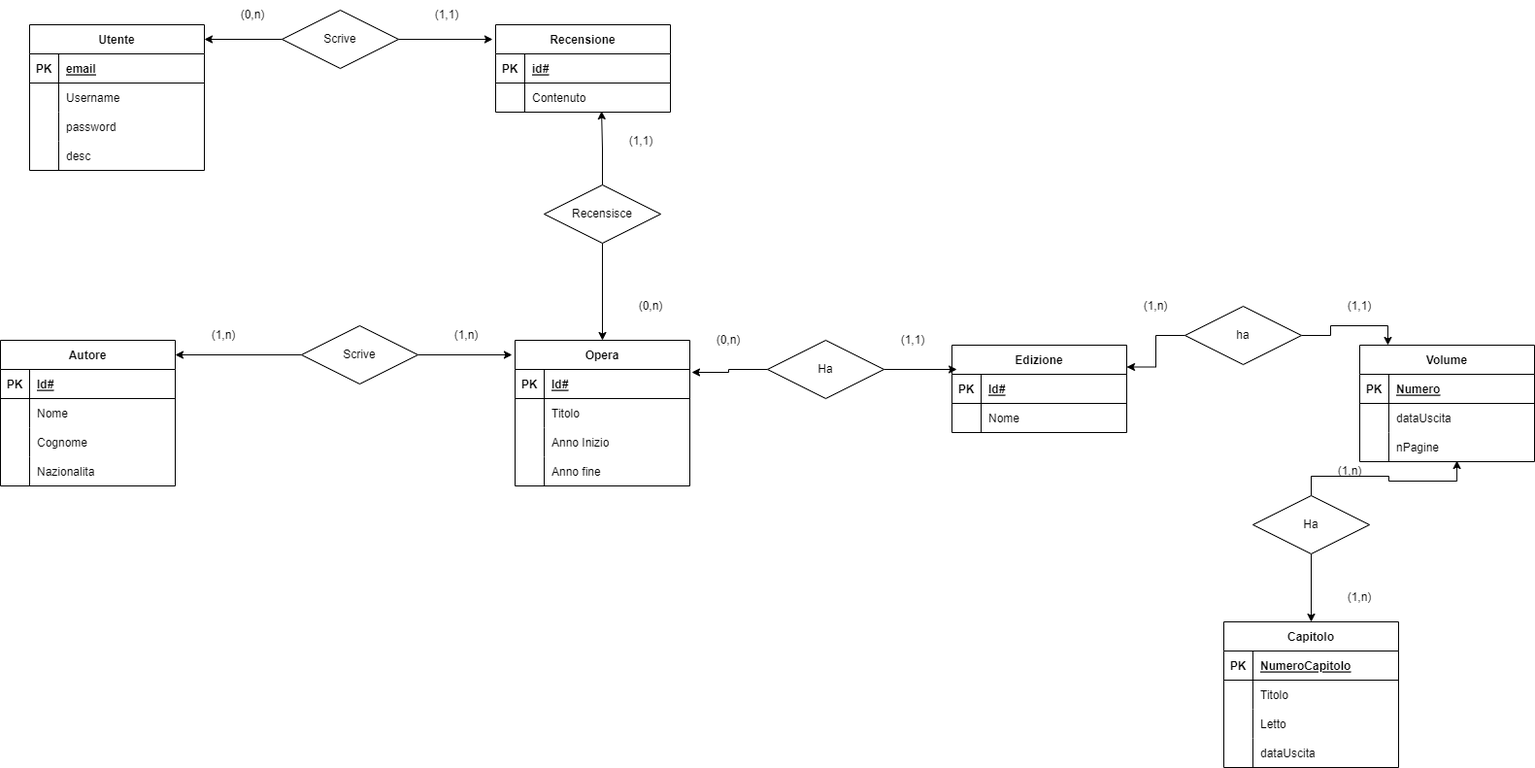
Before: Progetto Blog.drawio.png, a diagram exported from draw.io (Cavosky/blog). Source tidied: cells renumbered, new cells last; positions are measured from the earlier drawing's top-left corner, leaving out a move shared by most shapes.
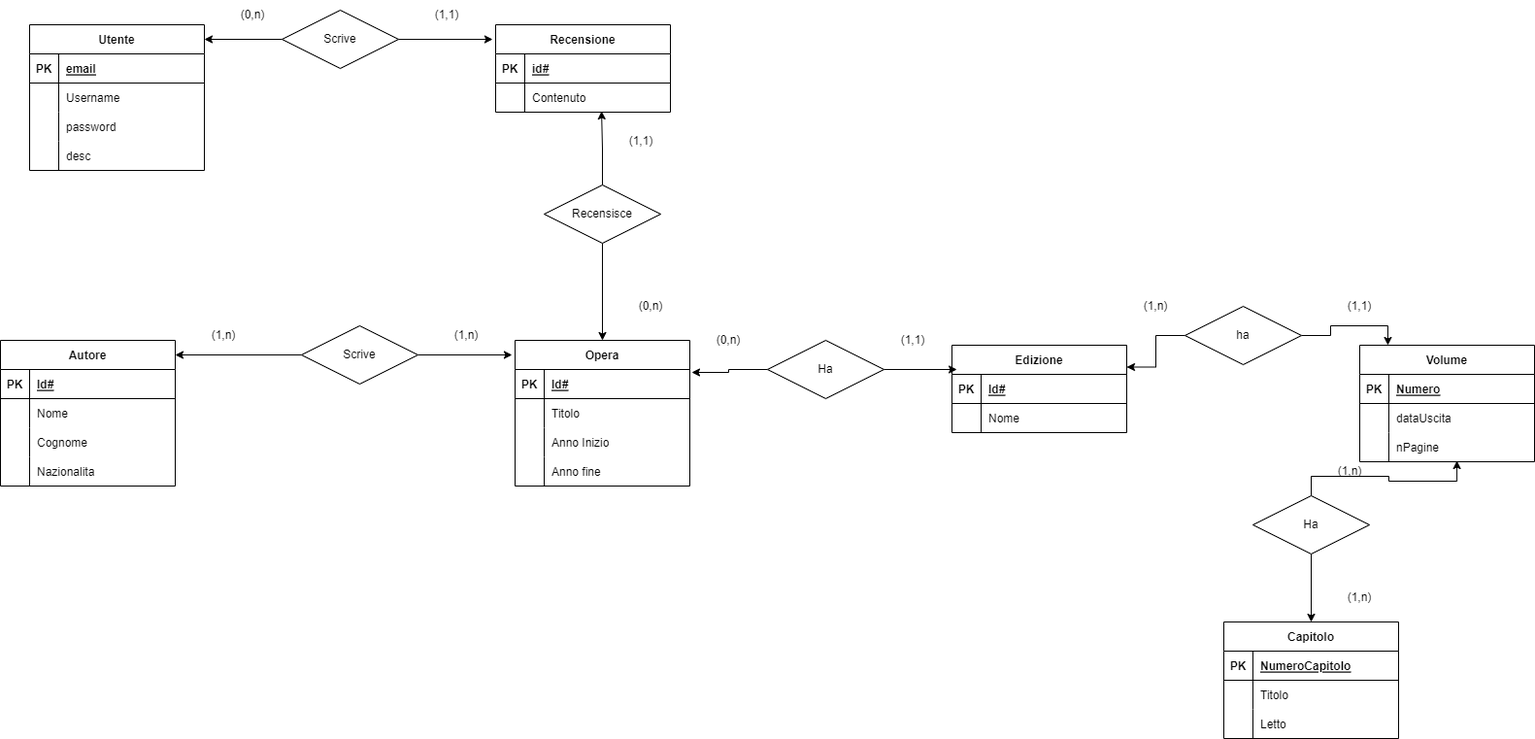
The same file after the commit.

Change to the diagram source:
```diff
@@ -111,7 +111,7 @@
       <mxGeometry x="30" width="150" height="30" as="geometry" />
     </mxCell>
     <mxCell id="38" value="Capitolo" style="shape=table;startSize=30;rowLines=0;fontStyle=1;align=center;" parent="1" vertex="1">
-      <mxGeometry x="1260" y="640" width="180" height="150" as="geometry" />
+      <mxGeometry x="1260" y="640" width="180" height="120" as="geometry" />
     </mxCell>
     <mxCell id="39" style="shape=tableRow;horizontal=0;startSize=0;swimlaneHead=0;swimlaneBody=0;fillColor=none;top=0;left=0;right=0;bottom=1;" parent="38" vertex="1">
       <mxGeometry y="30" width="180" height="30" as="geometry" />
@@ -140,15 +140,6 @@
     <mxCell id="47" value="Letto" style="shape=partialRectangle;fillColor=none;top=0;left=0;bottom=0;right=0;align=left;spacingLeft=6;overflow=hidden;" parent="45" vertex="1">
       <mxGeometry x="30" width="150" height="30" as="geometry" />
     </mxCell>
-    <mxCell id="48" style="shape=tableRow;horizontal=0;startSize=0;swimlaneHead=0;swimlaneBody=0;fillColor=none;top=0;left=0;right=0;bottom=0;" parent="38" vertex="1">
-      <mxGeometry y="120" width="180" height="30" as="geometry" />
-    </mxCell>
-    <mxCell id="49" style="shape=partialRectangle;fillColor=none;top=0;left=0;bottom=0;right=0;overflow=hidden;" parent="48" vertex="1">
-      <mxGeometry width="30" height="30" as="geometry" />
-    </mxCell>
-    <mxCell id="50" value="dataUscita" style="shape=partialRectangle;fillColor=none;top=0;left=0;bottom=0;right=0;align=left;spacingLeft=6;overflow=hidden;" parent="48" vertex="1">
-      <mxGeometry x="30" width="150" height="30" as="geometry" />
-    </mxCell>
     <mxCell id="51" style="edgeStyle=orthogonalEdgeStyle;rounded=0;jettySize=auto;html=1;entryX=1;entryY=0.1;entryDx=0;entryDy=0;entryPerimeter=0;" parent="1" edge="1" source="53" target="2">
       <mxGeometry relative="1" as="geometry" />
     </mxCell>
```
